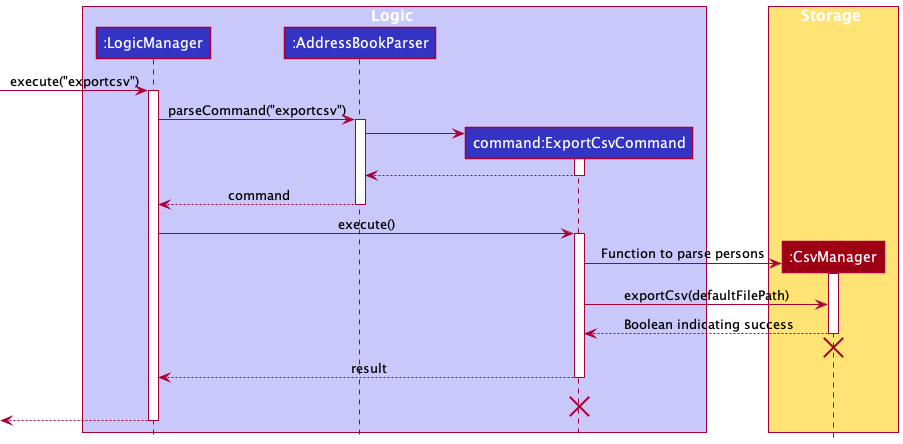
nus-cs2103-AY2122S2/tp keeps this PlantUML diagram as docs/images/ExportCsvSequenceDiagram.png. Above is the earlier version. Its source is kept beside it as docs/diagrams/ExportCsvSequenceDiagram.puml.
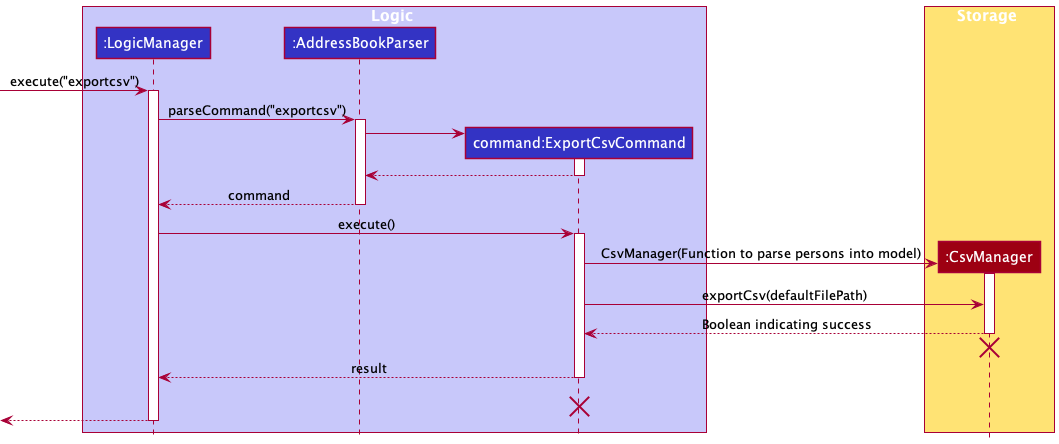
Above is the later version.

What changed in the source:
```diff
@@ -31,7 +31,7 @@
 
 
 create CsvManager
-ExportCsvCommand -> CsvManager : Function to parse persons
+ExportCsvCommand -> CsvManager : CsvManager(Function to parse persons into model)
 
 activate CsvManager
 ExportCsvCommand -> CsvManager : exportCsv(defaultFilePath)
```
